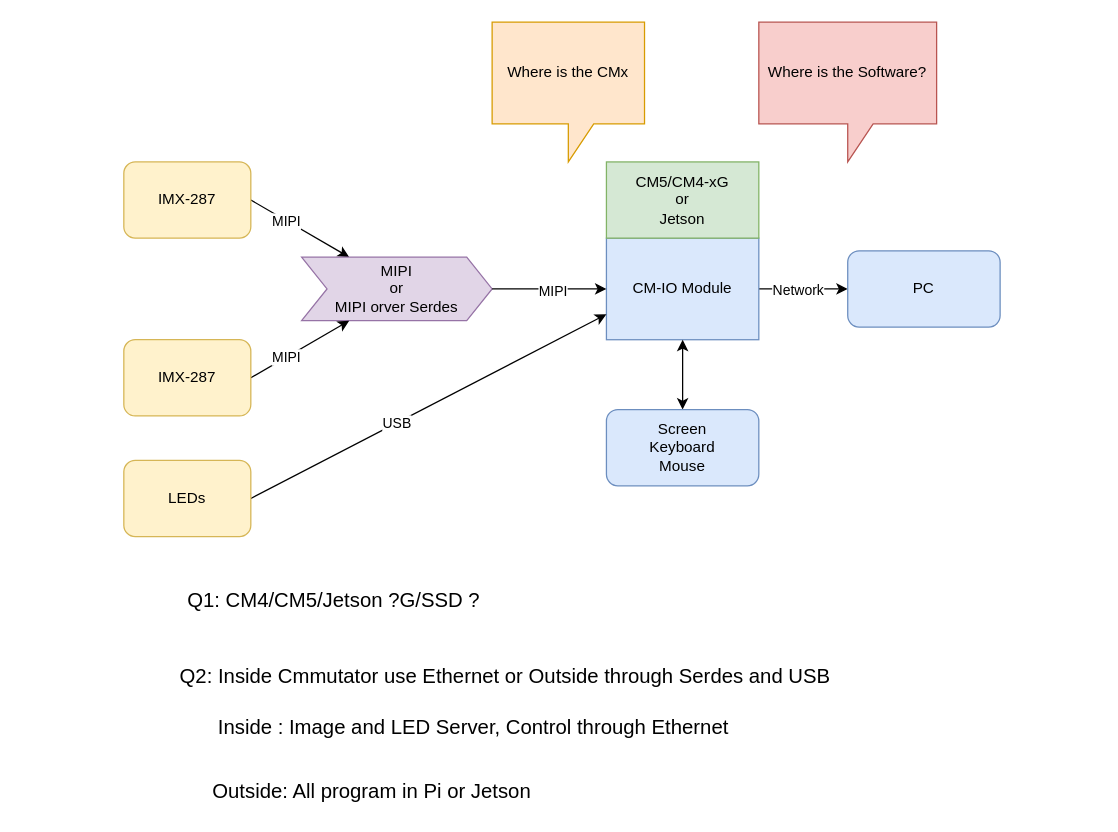
The draw.io diagram docs/diagrams/2026/Pi_IMX287_01.dio in tzechienchu/mynotes, before the edit. Source tidied: cells renumbered, new cells numbered last; positions are measured from the earlier drawing's top-left corner, leaving out a move shared by most shapes. Both pictures are drawn from the tidied source at 127%, with x=0, y=0 at pixel (123, 22).
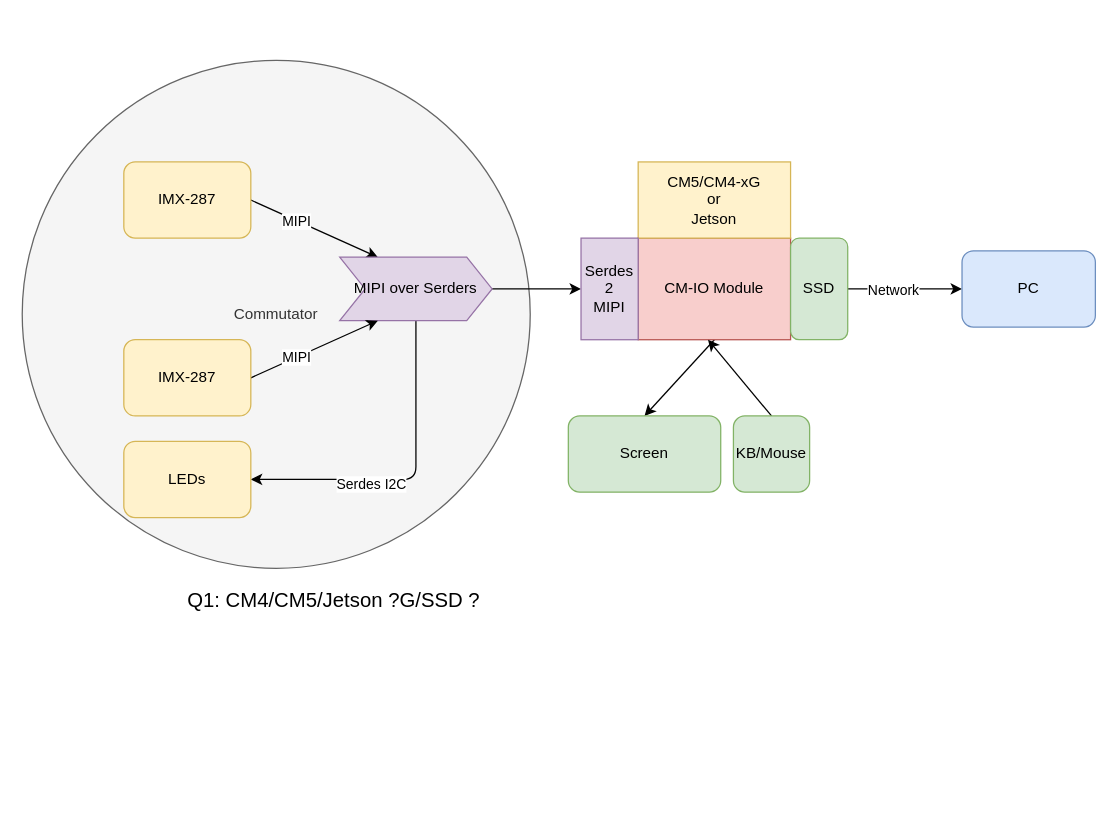
The same page after the edit.

Diff of the diagram source:
```diff
@@
+    <mxCell id="27" value="Commutator" style="ellipse;whiteSpace=wrap;html=1;fillColor=#f5f5f5;fontColor=#333333;strokeColor=#666666;" parent="1" vertex="1">
+      <mxGeometry x="-80" y="30" width="400" height="400" as="geometry" />
+    </mxCell>
-    <mxCell id="2" style="edgeStyle=none;html=1;exitX=1;exitY=0.5;exitDx=0;exitDy=0;entryX=0;entryY=0.5;entryDx=0;entryDy=0;" parent="1" edge="1" source="4" target="16">
+    <mxCell id="2" style="edgeStyle=none;html=1;exitX=1;exitY=0.5;exitDx=0;exitDy=0;entryX=0;entryY=0.5;entryDx=0;entryDy=0;" parent="1" edge="1" source="36" target="16">
       <mxGeometry relative="1" as="geometry" />
     </mxCell>
@@
+    <mxCell id="28" style="edgeStyle=none;html=1;exitX=0.5;exitY=1;exitDx=0;exitDy=0;entryX=0.5;entryY=0;entryDx=0;entryDy=0;" parent="1" edge="1" source="4" target="33">
+      <mxGeometry relative="1" as="geometry" />
+    </mxCell>
-    <mxCell id="4" value="CM-IO Module" style="rounded=0;whiteSpace=wrap;html=1;fillColor=#dae8fc;strokeColor=#6c8ebf;" parent="1" vertex="1">
-      <mxGeometry x="380" y="170" width="120" height="80" as="geometry" />
+    <mxCell id="4" value="CM-IO Module" style="rounded=0;whiteSpace=wrap;html=1;fillColor=#f8cecc;strokeColor=#b85450;" parent="1" vertex="1">
+      <mxGeometry x="405" y="170" width="120" height="80" as="geometry" />
     </mxCell>
@@
+    <mxCell id="29" style="edgeStyle=none;html=1;exitX=0.5;exitY=1;exitDx=0;exitDy=0;entryX=1;entryY=0.5;entryDx=0;entryDy=0;" parent="1" edge="1" source="8" target="21">
+      <mxGeometry relative="1" as="geometry">
+        <Array as="points">
+          <mxPoint x="230" y="360" />
+        </Array>
+      </mxGeometry>
+    </mxCell>
+    <mxCell id="30" value="Serdes I2C" style="edgeLabel;html=1;align=center;verticalAlign=middle;" parent="29" vertex="1">
+      <mxGeometry x="0.26" y="3" relative="1" as="geometry" />
+    </mxCell>
+    <mxCell id="31" style="edgeStyle=none;html=1;exitX=1;exitY=0.5;exitDx=0;exitDy=0;entryX=0;entryY=0.5;entryDx=0;entryDy=0;" parent="1" edge="1" source="8" target="32">
+      <mxGeometry relative="1" as="geometry" />
+    </mxCell>
-    <mxCell id="8" value="MIPI&lt;div&gt;or&lt;/div&gt;&lt;div&gt;MIPI orver Serdes&lt;/div&gt;" style="shape=step;perimeter=stepPerimeter;whiteSpace=wrap;html=1;fixedSize=1;fillColor=#e1d5e7;strokeColor=#9673a6;" parent="1" vertex="1">
-      <mxGeometry x="140" y="185" width="150" height="50" as="geometry" />
+    <mxCell id="8" value="MIPI over Serders" style="shape=step;perimeter=stepPerimeter;whiteSpace=wrap;html=1;fixedSize=1;fillColor=#e1d5e7;strokeColor=#9673a6;" parent="1" vertex="1">
+      <mxGeometry x="170" y="185" width="120" height="50" as="geometry" />
     </mxCell>
@@
-    <mxCell id="12" style="edgeStyle=none;html=1;exitX=1;exitY=0.5;exitDx=0;exitDy=0;entryX=0;entryY=0.5;entryDx=0;entryDy=0;" parent="1" edge="1" source="8" target="4">
-      <mxGeometry relative="1" as="geometry" />
-    </mxCell>
-    <mxCell id="13" value="MIPI" style="edgeLabel;html=1;align=center;verticalAlign=middle;" parent="12" vertex="1">
-      <mxGeometry x="0.04" y="-1" relative="1" as="geometry" />
-    </mxCell>
-    <mxCell id="14" style="edgeStyle=none;html=1;exitX=0.5;exitY=0;exitDx=0;exitDy=0;entryX=0.5;entryY=1;entryDx=0;entryDy=0;startArrow=classic;startFill=1;" parent="1" edge="1" source="15" target="4">
-      <mxGeometry relative="1" as="geometry" />
-    </mxCell>
-    <mxCell id="15" value="Screen&lt;div&gt;Keyboard&lt;/div&gt;&lt;div&gt;Mouse&lt;/div&gt;" style="rounded=1;whiteSpace=wrap;html=1;fillColor=#dae8fc;strokeColor=#6c8ebf;" parent="1" vertex="1">
-      <mxGeometry x="380" y="305" width="120" height="60" as="geometry" />
-    </mxCell>
     <mxCell id="16" value="PC" style="rounded=1;whiteSpace=wrap;html=1;fillColor=#dae8fc;strokeColor=#6c8ebf;" parent="1" vertex="1">
-      <mxGeometry x="570" y="180" width="120" height="60" as="geometry" />
+      <mxGeometry x="660" y="180" width="105" height="60" as="geometry" />
     </mxCell>
-    <mxCell id="17" value="Where is the Software?" style="shape=callout;whiteSpace=wrap;html=1;perimeter=calloutPerimeter;fillColor=#f8cecc;strokeColor=#b85450;" parent="1" vertex="1">
-      <mxGeometry x="500" width="140" height="110" as="geometry" />
-    </mxCell>
-    <mxCell id="18" value="Where is the CMx" style="shape=callout;whiteSpace=wrap;html=1;perimeter=calloutPerimeter;fillColor=#ffe6cc;strokeColor=#d79b00;" parent="1" vertex="1">
-      <mxGeometry x="290" width="120" height="110" as="geometry" />
-    </mxCell>
-    <mxCell id="19" style="edgeStyle=none;html=1;exitX=1;exitY=0.5;exitDx=0;exitDy=0;entryX=0;entryY=0.75;entryDx=0;entryDy=0;" parent="1" edge="1" source="21" target="4">
-      <mxGeometry relative="1" as="geometry" />
-    </mxCell>
-    <mxCell id="20" value="USB" style="edgeLabel;html=1;align=center;verticalAlign=middle;" parent="19" vertex="1">
-      <mxGeometry x="-0.18" relative="1" as="geometry" />
-    </mxCell>
     <mxCell id="21" value="LEDs" style="rounded=1;whiteSpace=wrap;html=1;fillColor=#fff2cc;strokeColor=#d6b656;" parent="1" vertex="1">
-      <mxGeometry y="345" width="100" height="60" as="geometry" />
+      <mxGeometry y="330" width="100" height="60" as="geometry" />
     </mxCell>
-    <mxCell id="22" value="CM5/CM4-xG&lt;div&gt;or&lt;/div&gt;&lt;div&gt;Jetson&lt;/div&gt;" style="rounded=0;whiteSpace=wrap;html=1;fillColor=#d5e8d4;strokeColor=#82b366;" parent="1" vertex="1">
-      <mxGeometry x="380" y="110" width="120" height="60" as="geometry" />
+    <mxCell id="22" value="CM5/CM4-xG&lt;div&gt;or&lt;/div&gt;&lt;div&gt;Jetson&lt;/div&gt;" style="rounded=0;whiteSpace=wrap;html=1;fillColor=#fff2cc;strokeColor=#d6b656;" parent="1" vertex="1">
+      <mxGeometry x="405" y="110" width="120" height="60" as="geometry" />
     </mxCell>
@@
-    <mxCell id="24" value="Q2: Inside Cmmutator use Ethernet or Outside through Serdes and USB" style="text;html=1;align=center;verticalAlign=middle;strokeColor=none;fillColor=none;fontSize=16;" parent="1" vertex="1">
-      <mxGeometry x="30" y="500" width="540" height="30" as="geometry" />
-    </mxCell>
-    <mxCell id="25" value="Inside : Image and LED Server, Control through Ethernet" style="text;html=1;align=center;verticalAlign=middle;strokeColor=none;fillColor=none;fontSize=16;" parent="1" vertex="1">
-      <mxGeometry x="60" y="540" width="430" height="30" as="geometry" />
-    </mxCell>
-    <mxCell id="26" value="Outside: All program in Pi or Jetson" style="text;html=1;align=center;verticalAlign=middle;strokeColor=none;fillColor=none;fontSize=16;" parent="1" vertex="1">
-      <mxGeometry x="60" y="590" width="270" height="30" as="geometry" />
-    </mxCell>
+    <mxCell id="32" value="Serdes&lt;div&gt;2&lt;/div&gt;&lt;div&gt;MIPI&lt;/div&gt;" style="rounded=0;whiteSpace=wrap;html=1;fillColor=#e1d5e7;strokeColor=#9673a6;" parent="1" vertex="1">
+      <mxGeometry x="360" y="170" width="45" height="80" as="geometry" />
+    </mxCell>
+    <mxCell id="33" value="Screen" style="rounded=1;whiteSpace=wrap;html=1;fillColor=#d5e8d4;strokeColor=#82b366;" parent="1" vertex="1">
+      <mxGeometry x="350" y="310" width="120" height="60" as="geometry" />
+    </mxCell>
+    <mxCell id="34" style="edgeStyle=none;html=1;exitX=0.5;exitY=0;exitDx=0;exitDy=0;" parent="1" edge="1" source="35">
+      <mxGeometry relative="1" as="geometry">
+        <mxPoint x="460" y="250" as="targetPoint" />
+      </mxGeometry>
+    </mxCell>
+    <mxCell id="35" value="KB/Mouse" style="rounded=1;whiteSpace=wrap;html=1;fillColor=#d5e8d4;strokeColor=#82b366;" parent="1" vertex="1">
+      <mxGeometry x="480" y="310" width="60" height="60" as="geometry" />
+    </mxCell>
+    <mxCell id="36" value="SSD" style="rounded=1;whiteSpace=wrap;html=1;fillColor=#d5e8d4;strokeColor=#82b366;" parent="1" vertex="1">
+      <mxGeometry x="525" y="170" width="45" height="80" as="geometry" />
+    </mxCell>
```
